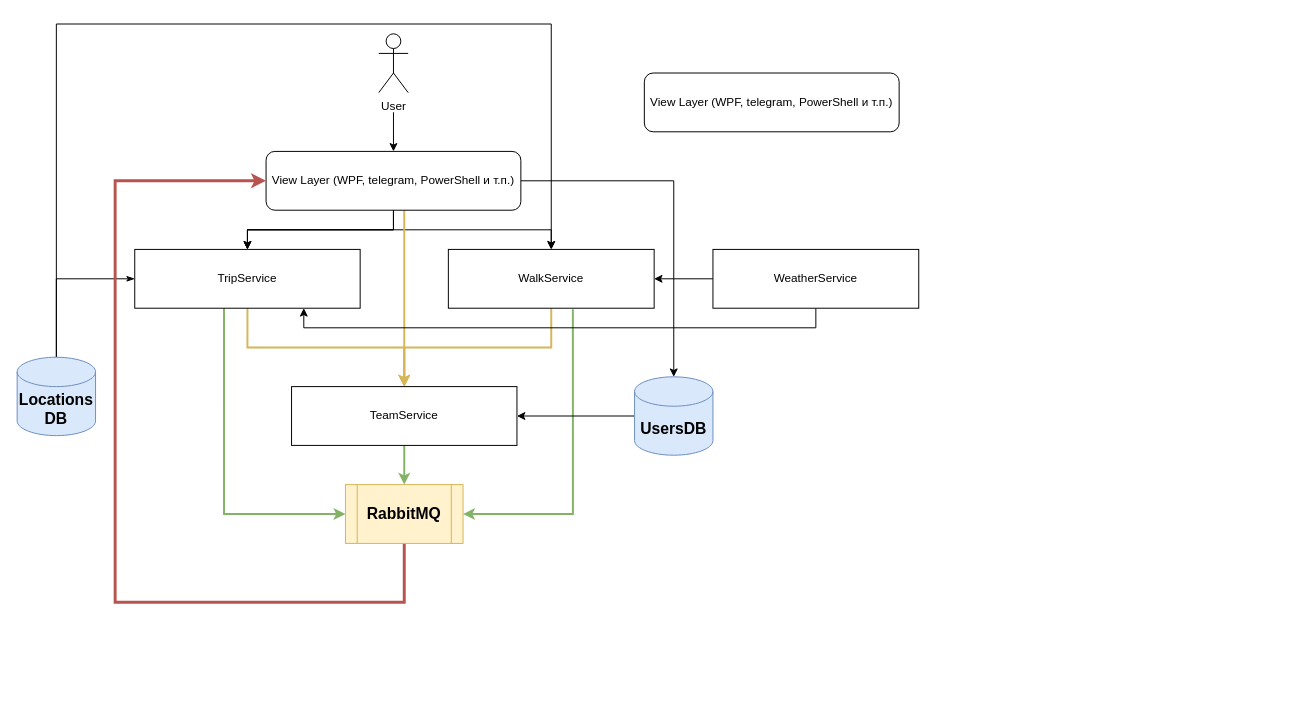
This is page "Никита" (3 of 7) of Team-Pragmatics-Otus.drawio from AATerekhov/Team-Pragmatics-Otus, a draw.io file, before an edit. Source tidied: cells renumbered, new cells numbered last; positions are measured from the earlier drawing's top-left corner, leaving out a move shared by most shapes. Both pictures are drawn from the tidied source at 98%, with x=0, y=0 at pixel (17, 24).
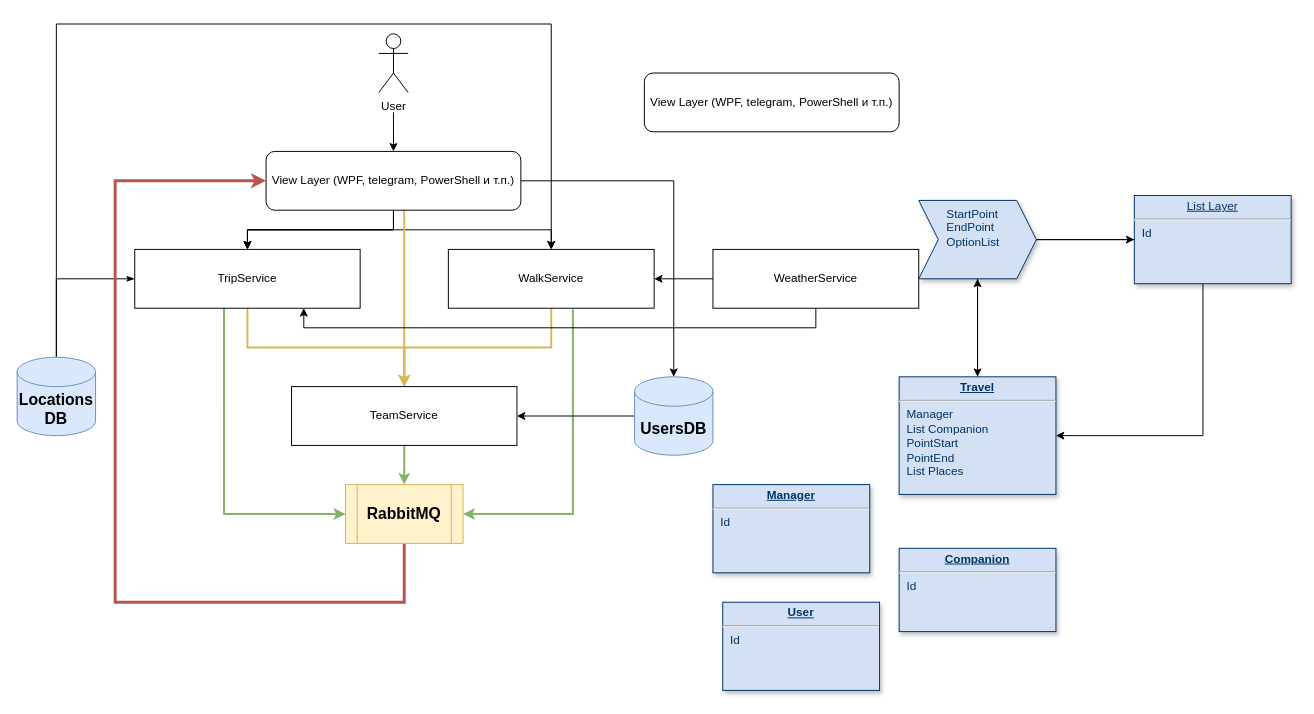
The same diagram, later.

The edit, as a diff of the source:
```diff
@@
+    <mxCell id="30" style="edgeStyle=orthogonalEdgeStyle;rounded=0;jettySize=auto;html=1;" parent="1" edge="1" source="31" target="39">
+      <mxGeometry relative="1" as="geometry" />
+    </mxCell>
+    <mxCell id="31" value="&lt;p style=&quot;margin: 0px; margin-top: 4px; text-align: center; text-decoration: underline;&quot;&gt;&lt;strong&gt;Travel&lt;/strong&gt;&lt;/p&gt;&lt;hr&gt;&lt;p style=&quot;margin: 0px; margin-left: 8px;&quot;&gt;Manager&lt;br&gt;List Companion&lt;/p&gt;&lt;p style=&quot;margin: 0px; margin-left: 8px;&quot;&gt;PointStart&lt;/p&gt;&lt;p style=&quot;margin: 0px; margin-left: 8px;&quot;&gt;PointEnd&lt;/p&gt;&lt;p style=&quot;margin: 0px; margin-left: 8px;&quot;&gt;List Places&lt;/p&gt;" style="verticalAlign=top;align=left;overflow=fill;fontSize=12;fontFamily=Helvetica;html=1;strokeColor=#003366;shadow=1;fillColor=#D4E1F5;fontColor=#003366;" parent="1" vertex="1">
+      <mxGeometry x="900" y="360" width="160" height="120" as="geometry" />
+    </mxCell>
+    <mxCell id="32" value="&lt;p style=&quot;margin: 0px; margin-top: 4px; text-align: center; text-decoration: underline;&quot;&gt;&lt;strong&gt;Manager&lt;/strong&gt;&lt;/p&gt;&lt;hr&gt;&lt;p style=&quot;margin: 0px; margin-left: 8px;&quot;&gt;Id&lt;/p&gt;" style="verticalAlign=top;align=left;overflow=fill;fontSize=12;fontFamily=Helvetica;html=1;strokeColor=#003366;shadow=1;fillColor=#D4E1F5;fontColor=#003366;" parent="1" vertex="1">
+      <mxGeometry x="710" y="470" width="160" height="90" as="geometry" />
+    </mxCell>
+    <mxCell id="33" value="&lt;p style=&quot;margin: 0px; margin-top: 4px; text-align: center; text-decoration: underline;&quot;&gt;&lt;b&gt;Companion&lt;/b&gt;&lt;/p&gt;&lt;hr&gt;&lt;p style=&quot;margin: 0px; margin-left: 8px;&quot;&gt;Id&lt;/p&gt;" style="verticalAlign=top;align=left;overflow=fill;fontSize=12;fontFamily=Helvetica;html=1;strokeColor=#003366;shadow=1;fillColor=#D4E1F5;fontColor=#003366;" parent="1" vertex="1">
+      <mxGeometry x="900" y="535" width="160" height="85" as="geometry" />
+    </mxCell>
+    <mxCell id="34" value="&lt;p style=&quot;margin: 0px; margin-top: 4px; text-align: center; text-decoration: underline;&quot;&gt;&lt;strong&gt;User&lt;/strong&gt;&lt;/p&gt;&lt;hr&gt;&lt;p style=&quot;margin: 0px; margin-left: 8px;&quot;&gt;Id&lt;/p&gt;" style="verticalAlign=top;align=left;overflow=fill;fontSize=12;fontFamily=Helvetica;html=1;strokeColor=#003366;shadow=1;fillColor=#D4E1F5;fontColor=#003366;" parent="1" vertex="1">
+      <mxGeometry x="720" y="590" width="160" height="90" as="geometry" />
+    </mxCell>
+    <mxCell id="35" style="edgeStyle=orthogonalEdgeStyle;rounded=0;jettySize=auto;html=1;" parent="1" edge="1" source="37" target="31">
+      <mxGeometry relative="1" as="geometry" />
+    </mxCell>
+    <mxCell id="36" style="edgeStyle=orthogonalEdgeStyle;rounded=0;jettySize=auto;html=1;entryX=1;entryY=0.5;entryDx=0;entryDy=0;" parent="1" edge="1" source="37" target="31">
+      <mxGeometry relative="1" as="geometry">
+        <Array as="points">
+          <mxPoint x="1210" y="420" />
+        </Array>
+      </mxGeometry>
+    </mxCell>
+    <mxCell id="37" value="&lt;p style=&quot;margin: 0px; margin-top: 4px; text-align: center; text-decoration: underline;&quot;&gt;&lt;span style=&quot;text-align: left;&quot;&gt;List Layer&lt;/span&gt;&lt;br&gt;&lt;/p&gt;&lt;hr&gt;&lt;p style=&quot;margin: 0px; margin-left: 8px;&quot;&gt;Id&lt;/p&gt;" style="verticalAlign=top;align=left;overflow=fill;fontSize=12;fontFamily=Helvetica;html=1;strokeColor=#003366;shadow=1;fillColor=#D4E1F5;fontColor=#003366;" parent="1" vertex="1">
+      <mxGeometry x="1140" y="175" width="160" height="90" as="geometry" />
+    </mxCell>
+    <mxCell id="38" style="edgeStyle=orthogonalEdgeStyle;rounded=0;jettySize=auto;html=1;" parent="1" edge="1" source="39" target="37">
+      <mxGeometry relative="1" as="geometry" />
+    </mxCell>
+    <mxCell id="39" value="&lt;span style=&quot;white-space: pre;&quot;&gt;&#9;&lt;/span&gt;StartPoint&lt;br&gt;&lt;span style=&quot;white-space: pre;&quot;&gt;&#9;&lt;/span&gt;EndPoint&lt;div&gt;&lt;span style=&quot;white-space: pre;&quot;&gt;&#9;&lt;/span&gt;OptionList&lt;br&gt;&lt;/div&gt;" style="shape=step;perimeter=stepPerimeter;whiteSpace=wrap;html=1;fixedSize=1;align=left;verticalAlign=top;fillColor=#D4E1F5;strokeColor=#003366;fontColor=#003366;shadow=1;" parent="1" vertex="1">
+      <mxGeometry x="920" y="180" width="120" height="80" as="geometry" />
+    </mxCell>
```
